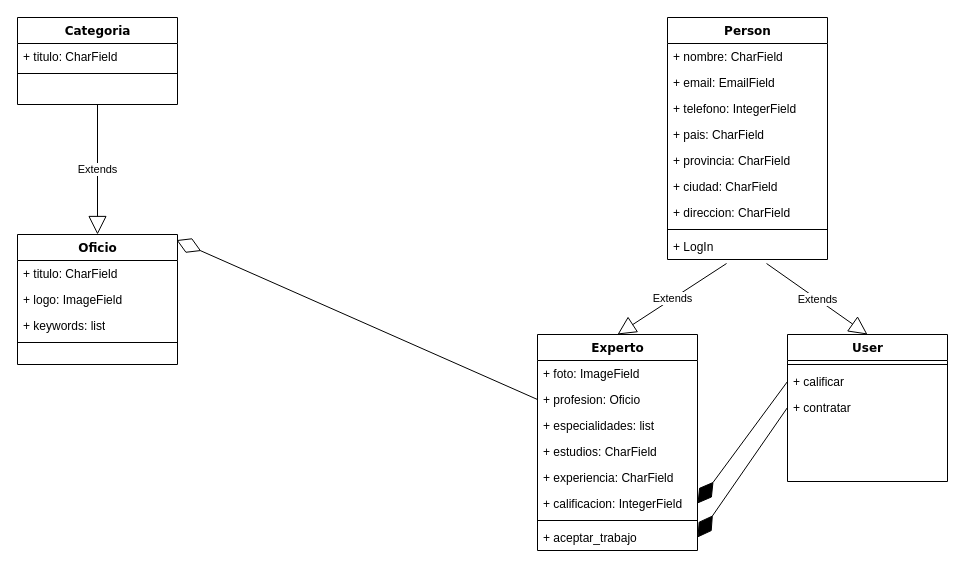
Before: Diagrama sin título.drawio in NestorSchneemann/el-experto, a draw.io diagram. Source tidied: cells renumbered, new cells numbered last; positions are measured from the earlier drawing's top-left corner, leaving out a move shared by most shapes. Both pictures are drawn from the tidied source at 100%, with x=0, y=0 at pixel (17, 17).
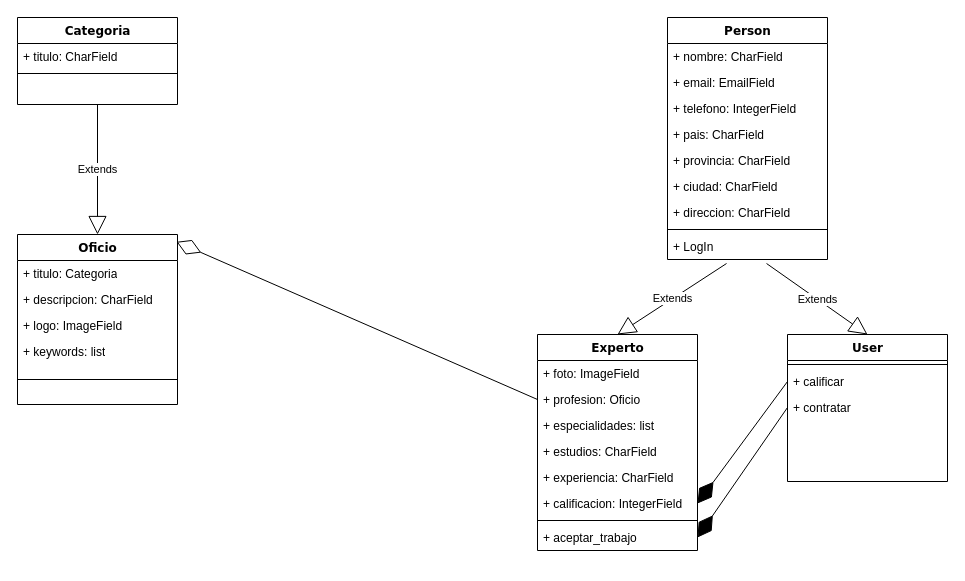
After the change.

Diff of the diagram source:
```diff
@@
     <mxCell id="5" value="Oficio" style="swimlane;html=1;fontStyle=1;align=center;verticalAlign=top;horizontal=1;startSize=26;swimlaneFillColor=#ffffff;rounded=0;shadow=0;comic=0;labelBackgroundColor=none;strokeWidth=1;fillColor=none;fontFamily=Verdana;fontSize=12;" parent="1" vertex="1">
-      <mxGeometry y="217" width="160" height="130" as="geometry" />
+      <mxGeometry y="217" width="160" height="170" as="geometry" />
     </mxCell>
-    <mxCell id="6" value="+ titulo: CharField" style="text;html=1;strokeColor=none;fillColor=none;align=left;verticalAlign=top;spacingLeft=4;spacingRight=4;whiteSpace=wrap;overflow=hidden;" parent="5" vertex="1">
+    <mxCell id="6" value="+ titulo: Categoria" style="text;html=1;strokeColor=none;fillColor=none;align=left;verticalAlign=top;spacingLeft=4;spacingRight=4;whiteSpace=wrap;overflow=hidden;" parent="5" vertex="1">
       <mxGeometry y="26" width="160" height="26" as="geometry" />
     </mxCell>
+    <mxCell id="39" value="+ descripcion: CharField" style="text;html=1;strokeColor=none;fillColor=none;align=left;verticalAlign=top;spacingLeft=4;spacingRight=4;whiteSpace=wrap;overflow=hidden;" parent="5" vertex="1">
+      <mxGeometry y="52" width="160" height="26" as="geometry" />
+    </mxCell>
     <mxCell id="7" value="+ logo: ImageField" style="text;html=1;strokeColor=none;fillColor=none;align=left;verticalAlign=top;spacingLeft=4;spacingRight=4;whiteSpace=wrap;overflow=hidden;" parent="5" vertex="1">
-      <mxGeometry y="52" width="160" height="26" as="geometry" />
+      <mxGeometry y="78" width="160" height="26" as="geometry" />
     </mxCell>
     <mxCell id="8" value="+ keywords: list" style="text;html=1;strokeColor=none;fillColor=none;align=left;verticalAlign=top;spacingLeft=4;spacingRight=4;whiteSpace=wrap;overflow=hidden;" parent="5" vertex="1">
-      <mxGeometry y="78" width="160" height="26" as="geometry" />
+      <mxGeometry y="104" width="160" height="26" as="geometry" />
     </mxCell>
     <mxCell id="9" style="line;html=1;strokeWidth=1;fillColor=none;align=left;verticalAlign=middle;spacingTop=-1;spacingLeft=3;spacingRight=3;labelPosition=right;" parent="5" vertex="1">
-      <mxGeometry y="104" width="160" height="8" as="geometry" />
+      <mxGeometry y="130" width="160" height="30" as="geometry" />
     </mxCell>
```
